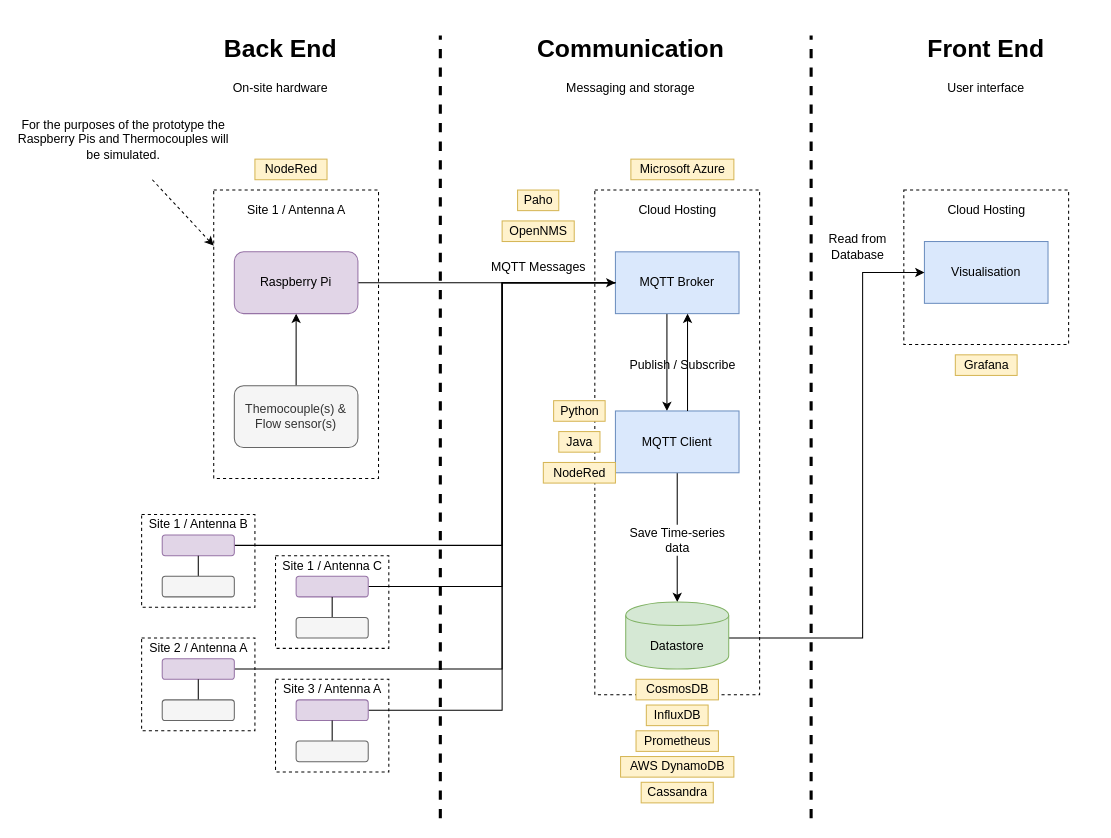
This is Architecture Diagram/architecture_diagram.drawio from mattdear/temperature-transmitter, a draw.io file, before an edit. Source tidied: cells renumbered, new cells numbered last; positions are measured from the earlier drawing's top-left corner, leaving out a move shared by most shapes. Both pictures are drawn from the tidied source at 103%, with x=0, y=0 at pixel (18, 25).
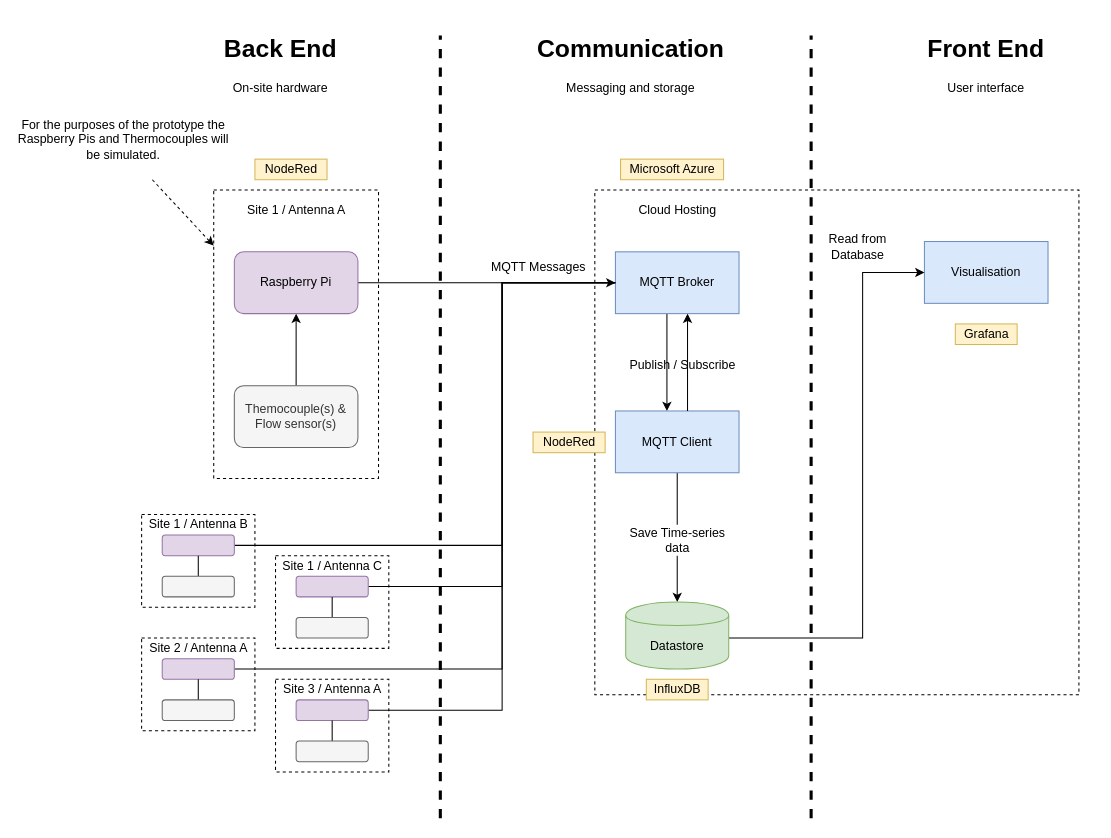
The same page after the edit.

What changed in the source:
```diff
@@
-    <mxCell id="2" style="rounded=0;whiteSpace=wrap;html=1;dashed=1;" parent="1" vertex="1">
-      <mxGeometry x="860" y="160" width="160" height="150" as="geometry" />
-    </mxCell>
     <mxCell id="3" style="rounded=0;whiteSpace=wrap;html=1;dashed=1;" parent="1" vertex="1">
-      <mxGeometry x="560" y="160" width="160" height="490" as="geometry" />
+      <mxGeometry x="560" y="160" width="470" height="490" as="geometry" />
     </mxCell>
@@
     <mxCell id="18" value="Microsoft Azure" style="text;html=1;align=center;verticalAlign=middle;fillColor=#fff2cc;strokeColor=#d6b656;" parent="1" vertex="1">
-      <mxGeometry x="595" y="130" width="100" height="20" as="geometry" />
+      <mxGeometry x="585" y="130" width="100" height="20" as="geometry" />
     </mxCell>
@@
-    <mxCell id="21" value="OpenNMS" style="text;html=1;align=center;verticalAlign=middle;fillColor=#fff2cc;strokeColor=#d6b656;" parent="1" vertex="1">
-      <mxGeometry x="470" y="190" width="70" height="20" as="geometry" />
-    </mxCell>
     <mxCell id="22" value="Grafana" style="text;html=1;align=center;verticalAlign=middle;fillColor=#fff2cc;strokeColor=#d6b656;" parent="1" vertex="1">
-      <mxGeometry x="910" y="320" width="60" height="20" as="geometry" />
+      <mxGeometry x="910" y="290" width="60" height="20" as="geometry" />
     </mxCell>
-    <mxCell id="23" value="Cassandra" style="text;html=1;align=center;verticalAlign=middle;fillColor=#fff2cc;strokeColor=#d6b656;" parent="1" vertex="1">
-      <mxGeometry x="605" y="735" width="70" height="20" as="geometry" />
-    </mxCell>
     <mxCell id="24" value="InfluxDB" style="text;html=1;align=center;verticalAlign=middle;fillColor=#fff2cc;strokeColor=#d6b656;" parent="1" vertex="1">
-      <mxGeometry x="610" y="660" width="60" height="20" as="geometry" />
+      <mxGeometry x="610" y="635" width="60" height="20" as="geometry" />
     </mxCell>
-    <mxCell id="25" value="CosmosDB" style="text;html=1;align=center;verticalAlign=middle;fillColor=#fff2cc;strokeColor=#d6b656;" parent="1" vertex="1">
-      <mxGeometry x="600" y="635" width="80" height="20" as="geometry" />
-    </mxCell>
@@
-    <mxCell id="56" value="Prometheus" style="text;html=1;align=center;verticalAlign=middle;fillColor=#fff2cc;strokeColor=#d6b656;" parent="1" vertex="1">
-      <mxGeometry x="600" y="685" width="80" height="20" as="geometry" />
-    </mxCell>
-    <mxCell id="57" value="AWS DynamoDB" style="text;html=1;align=center;verticalAlign=middle;fillColor=#fff2cc;strokeColor=#d6b656;" parent="1" vertex="1">
-      <mxGeometry x="585" y="710" width="110" height="20" as="geometry" />
-    </mxCell>
-    <mxCell id="58" value="Cloud Hosting" style="text;html=1;align=center;verticalAlign=middle;" parent="1" vertex="1">
-      <mxGeometry x="895" y="170" width="90" height="20" as="geometry" />
-    </mxCell>
-    <mxCell id="59" value="Paho" style="text;html=1;align=center;verticalAlign=middle;fillColor=#fff2cc;strokeColor=#d6b656;" parent="1" vertex="1">
-      <mxGeometry x="485" y="160" width="40" height="20" as="geometry" />
-    </mxCell>
@@
-    <mxCell id="64" value="Python" style="text;html=1;align=center;verticalAlign=middle;fillColor=#fff2cc;strokeColor=#d6b656;" parent="1" vertex="1">
-      <mxGeometry x="520" y="364.5" width="50" height="20" as="geometry" />
-    </mxCell>
-    <mxCell id="65" value="Java" style="text;html=1;align=center;verticalAlign=middle;fillColor=#fff2cc;strokeColor=#d6b656;" parent="1" vertex="1">
-      <mxGeometry x="525" y="394.5" width="40" height="20" as="geometry" />
-    </mxCell>
     <mxCell id="66" value="NodeRed" style="text;html=1;align=center;verticalAlign=middle;fillColor=#fff2cc;strokeColor=#d6b656;" parent="1" vertex="1">
-      <mxGeometry x="510" y="424.5" width="70" height="20" as="geometry" />
+      <mxGeometry x="500" y="395" width="70" height="20" as="geometry" />
     </mxCell>
```
